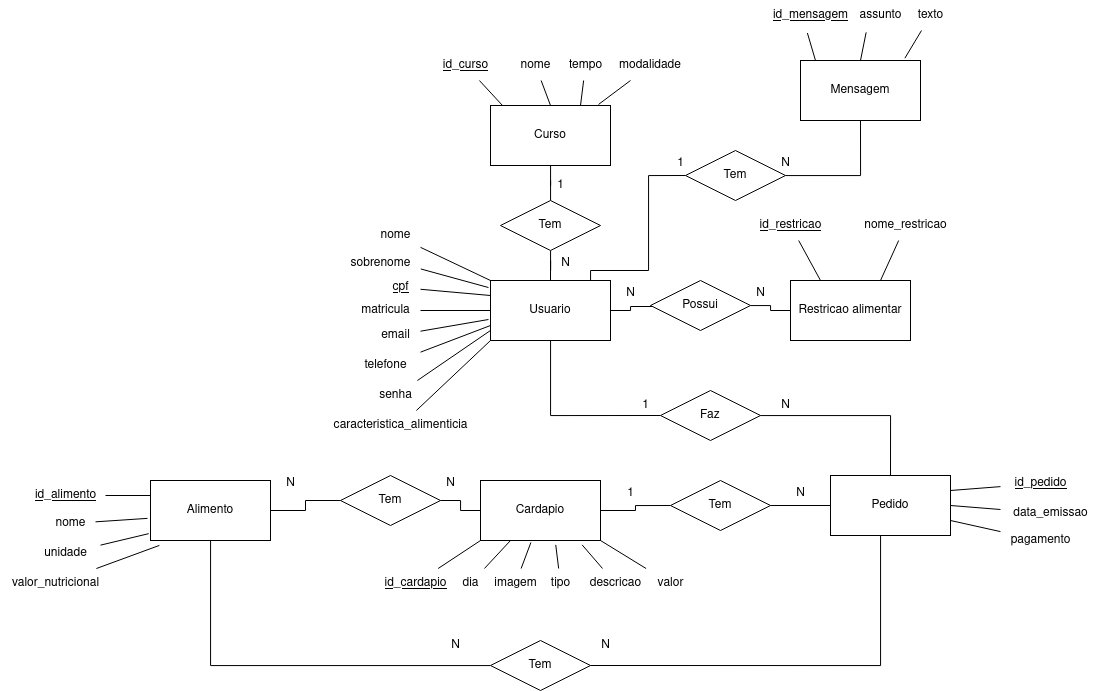
Earlier version of the draw.io export Modelo_DB/modelo_conceitual.drawio.png (RaissonGitHub/Bandeijao_IFRS). Source tidied: cells renumbered, new cells last; positions are measured from the earlier drawing's top-left corner, leaving out a move shared by most shapes.
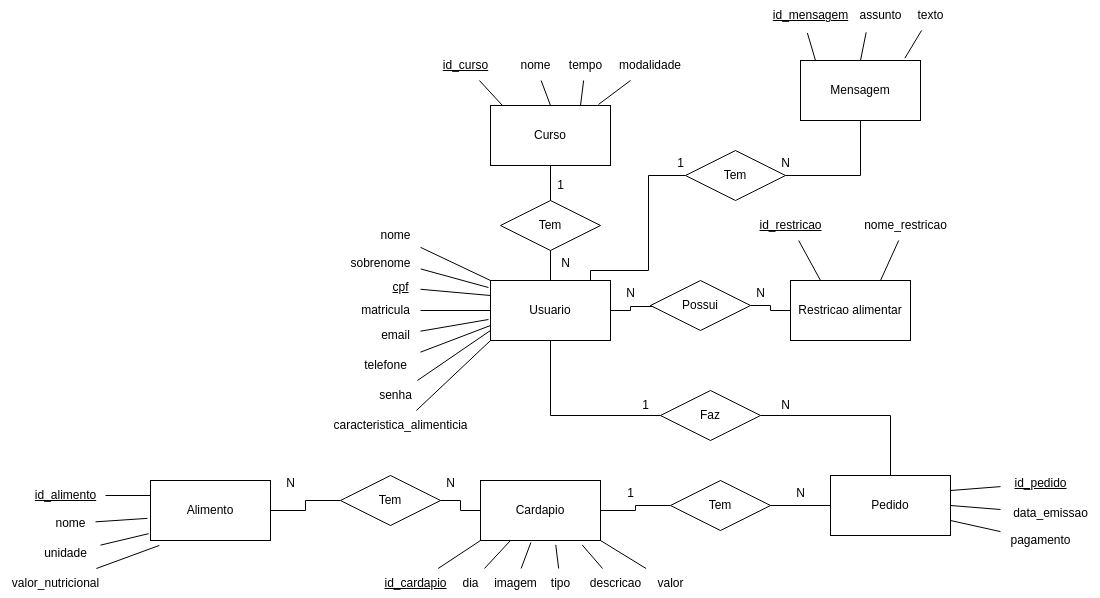
The same diagram one commit later.

Change to the diagram source:
```diff
@@ -27,13 +27,6 @@
     <mxCell id="6" value="Curso" style="rounded=0;whiteSpace=wrap;html=1;" parent="1" vertex="1">
       <mxGeometry x="490" y="105" width="120" height="60" as="geometry" />
     </mxCell>
-    <mxCell id="7" style="edgeStyle=orthogonalEdgeStyle;rounded=0;jettySize=auto;html=1;entryX=1;entryY=0.5;entryDx=0;entryDy=0;endArrow=none;endFill=0;" parent="1" edge="1" source="8" target="90">
-      <mxGeometry relative="1" as="geometry">
-        <Array as="points">
-          <mxPoint x="880" y="665" />
-        </Array>
-      </mxGeometry>
-    </mxCell>
     <mxCell id="8" value="Pedido" style="rounded=0;whiteSpace=wrap;html=1;" parent="1" vertex="1">
       <mxGeometry x="830" y="475" width="120" height="60" as="geometry" />
     </mxCell>
@@ -46,13 +39,6 @@
     <mxCell id="11" style="edgeStyle=orthogonalEdgeStyle;rounded=0;jettySize=auto;html=1;entryX=0;entryY=0.5;entryDx=0;entryDy=0;endArrow=none;endFill=0;" parent="1" edge="1" source="13" target="19">
       <mxGeometry relative="1" as="geometry" />
     </mxCell>
-    <mxCell id="12" style="edgeStyle=orthogonalEdgeStyle;rounded=0;jettySize=auto;html=1;endArrow=none;endFill=0;" parent="1" edge="1" source="13" target="90">
-      <mxGeometry relative="1" as="geometry">
-        <Array as="points">
-          <mxPoint x="210" y="665" />
-        </Array>
-      </mxGeometry>
-    </mxCell>
     <mxCell id="13" value="Alimento" style="rounded=0;whiteSpace=wrap;html=1;" parent="1" vertex="1">
       <mxGeometry x="150" y="480" width="120" height="60" as="geometry" />
     </mxCell>
@@ -284,15 +270,6 @@
     <mxCell id="89" value="pagamento" style="text;html=1;align=center;verticalAlign=middle;points=[];strokeColor=none;fillColor=none;" parent="1" vertex="1">
       <mxGeometry x="1000" y="525" width="80" height="30" as="geometry" />
     </mxCell>
-    <mxCell id="90" value="Tem" style="rhombus;whiteSpace=wrap;html=1;" parent="1" vertex="1">
-      <mxGeometry x="490" y="640" width="100" height="50" as="geometry" />
-    </mxCell>
-    <mxCell id="91" value="N" style="text;html=1;align=center;verticalAlign=middle;strokeColor=none;fillColor=none;" parent="1" vertex="1">
-      <mxGeometry x="590" y="630" width="30" height="30" as="geometry" />
-    </mxCell>
-    <mxCell id="92" value="N" style="text;html=1;align=center;verticalAlign=middle;strokeColor=none;fillColor=none;" parent="1" vertex="1">
-      <mxGeometry x="440" y="630" width="30" height="30" as="geometry" />
-    </mxCell>
     <mxCell id="93" style="edgeStyle=orthogonalEdgeStyle;rounded=0;jettySize=auto;html=1;entryX=0.5;entryY=1;entryDx=0;entryDy=0;endArrow=none;endFill=0;" parent="1" edge="1" source="94" target="95">
       <mxGeometry relative="1" as="geometry" />
     </mxCell>
```
